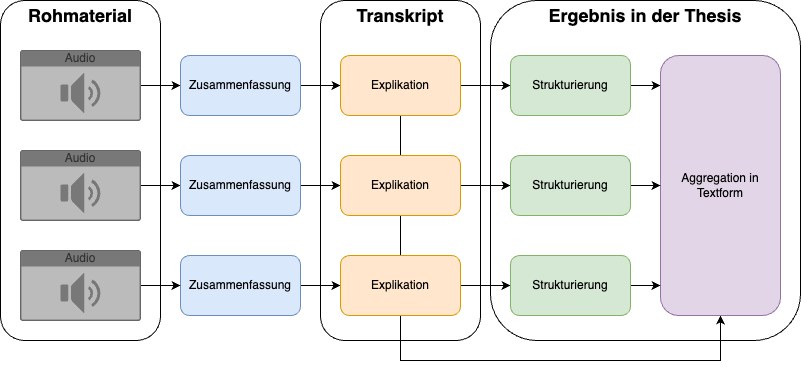
Before: graphics/Datenanalyse.drawio.png, a diagram exported from draw.io (axherrm/bachelorarbeit). Source tidied: cells renumbered, new cells last; positions are measured from the earlier drawing's top-left corner, leaving out a move shared by most shapes.
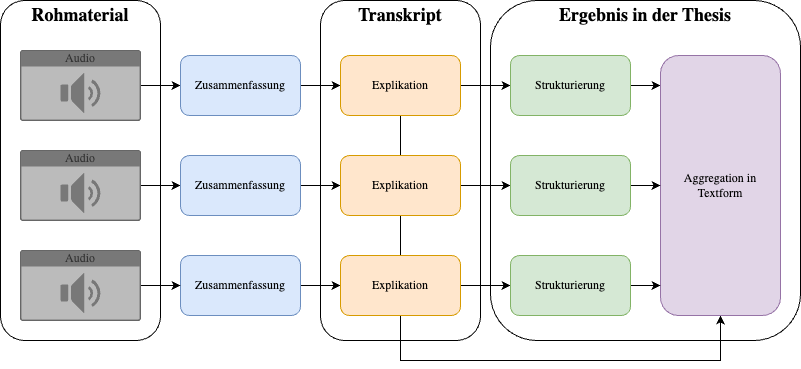
After the change.

Diff of the diagram source:
```diff
@@ -2,61 +2,61 @@
   <root>
     <mxCell id="0" />
     <mxCell id="1" parent="0" />
-    <mxCell id="2" style="rounded=1;whiteSpace=wrap;html=1;" parent="1" vertex="1">
+    <mxCell id="2" style="rounded=1;whiteSpace=wrap;html=1;fontFamily=TeX Gyre Termes;" parent="1" vertex="1">
       <mxGeometry x="320" width="160" height="340" as="geometry" />
     </mxCell>
-    <mxCell id="3" style="rounded=1;whiteSpace=wrap;html=1;" parent="1" vertex="1">
+    <mxCell id="3" style="rounded=1;whiteSpace=wrap;html=1;fontFamily=TeX Gyre Termes;" parent="1" vertex="1">
       <mxGeometry x="490" width="310" height="340" as="geometry" />
     </mxCell>
-    <mxCell id="4" style="rounded=1;whiteSpace=wrap;html=1;" parent="1" vertex="1">
+    <mxCell id="4" style="rounded=1;whiteSpace=wrap;html=1;fontFamily=TeX Gyre Termes;" parent="1" vertex="1">
       <mxGeometry width="160" height="340" as="geometry" />
     </mxCell>
-    <mxCell id="5" style="edgeStyle=orthogonalEdgeStyle;rounded=0;jettySize=auto;html=1;" parent="1" edge="1" source="6" target="8">
+    <mxCell id="5" style="edgeStyle=orthogonalEdgeStyle;rounded=0;jettySize=auto;html=1;fontFamily=TeX Gyre Termes;" parent="1" edge="1" source="6" target="8">
       <mxGeometry relative="1" as="geometry" />
     </mxCell>
-    <mxCell id="6" value="Audio" style="html=1;whiteSpace=wrap;labelPosition=center;verticalLabelPosition=middle;verticalAlign=top;align=center;fontSize=12;outlineConnect=0;spacingTop=-6;sketch=0;shape=mxgraph.sitemap.audio;fillColor=#787878;fontColor=#333333;strokeColor=#666666;" parent="1" vertex="1">
+    <mxCell id="6" value="Audio" style="html=1;whiteSpace=wrap;labelPosition=center;verticalLabelPosition=middle;verticalAlign=top;align=center;fontSize=12;outlineConnect=0;spacingTop=-6;sketch=0;shape=mxgraph.sitemap.audio;fillColor=#787878;fontColor=#333333;strokeColor=#666666;fontFamily=TeX Gyre Termes;" parent="1" vertex="1">
       <mxGeometry x="20" y="150" width="120" height="70" as="geometry" />
     </mxCell>
-    <mxCell id="7" style="edgeStyle=orthogonalEdgeStyle;rounded=0;jettySize=auto;html=1;" parent="1" edge="1" source="8" target="31">
+    <mxCell id="7" style="edgeStyle=orthogonalEdgeStyle;rounded=0;jettySize=auto;html=1;fontFamily=TeX Gyre Termes;" parent="1" edge="1" source="8" target="31">
       <mxGeometry relative="1" as="geometry" />
     </mxCell>
-    <mxCell id="8" value="Zusammenfassung" style="rounded=1;whiteSpace=wrap;html=1;fillColor=#dae8fc;strokeColor=#6c8ebf;" parent="1" vertex="1">
+    <mxCell id="8" value="Zusammenfassung" style="rounded=1;whiteSpace=wrap;html=1;fillColor=#dae8fc;strokeColor=#6c8ebf;fontFamily=TeX Gyre Termes;" parent="1" vertex="1">
       <mxGeometry x="180" y="155" width="120" height="60" as="geometry" />
     </mxCell>
-    <mxCell id="9" style="edgeStyle=orthogonalEdgeStyle;rounded=0;jettySize=auto;html=1;" parent="1" edge="1" source="10" target="32">
+    <mxCell id="9" style="edgeStyle=orthogonalEdgeStyle;rounded=0;jettySize=auto;html=1;fontFamily=TeX Gyre Termes;" parent="1" edge="1" source="10" target="32">
       <mxGeometry relative="1" as="geometry" />
     </mxCell>
-    <mxCell id="10" value="Zusammenfassung" style="rounded=1;whiteSpace=wrap;html=1;fillColor=#dae8fc;strokeColor=#6c8ebf;" parent="1" vertex="1">
+    <mxCell id="10" value="Zusammenfassung" style="rounded=1;whiteSpace=wrap;html=1;fillColor=#dae8fc;strokeColor=#6c8ebf;fontFamily=TeX Gyre Termes;" parent="1" vertex="1">
       <mxGeometry x="180" y="255" width="120" height="60" as="geometry" />
     </mxCell>
-    <mxCell id="11" style="edgeStyle=orthogonalEdgeStyle;rounded=0;jettySize=auto;html=1;" parent="1" edge="1" source="12" target="10">
+    <mxCell id="11" style="edgeStyle=orthogonalEdgeStyle;rounded=0;jettySize=auto;html=1;fontFamily=TeX Gyre Termes;" parent="1" edge="1" source="12" target="10">
       <mxGeometry relative="1" as="geometry" />
     </mxCell>
-    <mxCell id="12" value="Audio" style="html=1;whiteSpace=wrap;labelPosition=center;verticalLabelPosition=middle;verticalAlign=top;align=center;fontSize=12;outlineConnect=0;spacingTop=-6;sketch=0;shape=mxgraph.sitemap.audio;fillColor=#787878;fontColor=#333333;strokeColor=#666666;" parent="1" vertex="1">
+    <mxCell id="12" value="Audio" style="html=1;whiteSpace=wrap;labelPosition=center;verticalLabelPosition=middle;verticalAlign=top;align=center;fontSize=12;outlineConnect=0;spacingTop=-6;sketch=0;shape=mxgraph.sitemap.audio;fillColor=#787878;fontColor=#333333;strokeColor=#666666;fontFamily=TeX Gyre Termes;" parent="1" vertex="1">
       <mxGeometry x="20" y="250" width="120" height="70" as="geometry" />
     </mxCell>
-    <mxCell id="13" style="edgeStyle=orthogonalEdgeStyle;rounded=0;jettySize=auto;html=1;" parent="1" edge="1" source="14" target="16">
+    <mxCell id="13" style="edgeStyle=orthogonalEdgeStyle;rounded=0;jettySize=auto;html=1;fontFamily=TeX Gyre Termes;" parent="1" edge="1" source="14" target="16">
       <mxGeometry relative="1" as="geometry" />
     </mxCell>
-    <mxCell id="14" value="Audio" style="html=1;whiteSpace=wrap;labelPosition=center;verticalLabelPosition=middle;verticalAlign=top;align=center;fontSize=12;outlineConnect=0;spacingTop=-6;sketch=0;shape=mxgraph.sitemap.audio;fillColor=#787878;fontColor=#333333;strokeColor=#666666;" parent="1" vertex="1">
+    <mxCell id="14" value="Audio" style="html=1;whiteSpace=wrap;labelPosition=center;verticalLabelPosition=middle;verticalAlign=top;align=center;fontSize=12;outlineConnect=0;spacingTop=-6;sketch=0;shape=mxgraph.sitemap.audio;fillColor=#787878;fontColor=#333333;strokeColor=#666666;fontFamily=TeX Gyre Termes;" parent="1" vertex="1">
       <mxGeometry x="20" y="50" width="120" height="70" as="geometry" />
     </mxCell>
-    <mxCell id="15" style="edgeStyle=orthogonalEdgeStyle;rounded=0;jettySize=auto;html=1;" parent="1" edge="1" source="16" target="21">
+    <mxCell id="15" style="edgeStyle=orthogonalEdgeStyle;rounded=0;jettySize=auto;html=1;fontFamily=TeX Gyre Termes;" parent="1" edge="1" source="16" target="21">
       <mxGeometry relative="1" as="geometry" />
     </mxCell>
-    <mxCell id="16" value="Zusammenfassung" style="rounded=1;whiteSpace=wrap;html=1;fillColor=#dae8fc;strokeColor=#6c8ebf;" parent="1" vertex="1">
+    <mxCell id="16" value="Zusammenfassung" style="rounded=1;whiteSpace=wrap;html=1;fillColor=#dae8fc;strokeColor=#6c8ebf;fontFamily=TeX Gyre Termes;" parent="1" vertex="1">
       <mxGeometry x="180" y="55" width="120" height="60" as="geometry" />
     </mxCell>
-    <mxCell id="17" style="edgeStyle=orthogonalEdgeStyle;rounded=0;jettySize=auto;html=1;" parent="1" edge="1" source="32" target="30">
+    <mxCell id="17" style="edgeStyle=orthogonalEdgeStyle;rounded=0;jettySize=auto;html=1;fontFamily=TeX Gyre Termes;" parent="1" edge="1" source="32" target="30">
       <mxGeometry relative="1" as="geometry" />
     </mxCell>
-    <mxCell id="18" style="edgeStyle=orthogonalEdgeStyle;rounded=0;jettySize=auto;html=1;" parent="1" edge="1" source="31" target="28">
+    <mxCell id="18" style="edgeStyle=orthogonalEdgeStyle;rounded=0;jettySize=auto;html=1;fontFamily=TeX Gyre Termes;" parent="1" edge="1" source="31" target="28">
       <mxGeometry relative="1" as="geometry" />
     </mxCell>
-    <mxCell id="19" style="edgeStyle=orthogonalEdgeStyle;rounded=0;jettySize=auto;html=1;" parent="1" edge="1" source="21" target="23">
+    <mxCell id="19" style="edgeStyle=orthogonalEdgeStyle;rounded=0;jettySize=auto;html=1;fontFamily=TeX Gyre Termes;" parent="1" edge="1" source="21" target="23">
       <mxGeometry relative="1" as="geometry" />
     </mxCell>
-    <mxCell id="20" style="edgeStyle=orthogonalEdgeStyle;rounded=0;jettySize=auto;html=1;" parent="1" edge="1" source="21" target="24">
+    <mxCell id="20" style="edgeStyle=orthogonalEdgeStyle;rounded=0;jettySize=auto;html=1;fontFamily=TeX Gyre Termes;" parent="1" edge="1" source="21" target="24">
       <mxGeometry relative="1" as="geometry">
         <Array as="points">
           <mxPoint x="400" y="360" />
@@ -64,10 +64,10 @@
         </Array>
       </mxGeometry>
     </mxCell>
-    <mxCell id="21" value="Explikation" style="rounded=1;whiteSpace=wrap;html=1;fillColor=#ffe6cc;strokeColor=#d79b00;" parent="1" vertex="1">
+    <mxCell id="21" value="Explikation" style="rounded=1;whiteSpace=wrap;html=1;fillColor=#ffe6cc;strokeColor=#d79b00;fontFamily=TeX Gyre Termes;" parent="1" vertex="1">
       <mxGeometry x="340" y="55" width="120" height="60" as="geometry" />
     </mxCell>
-    <mxCell id="22" style="edgeStyle=orthogonalEdgeStyle;rounded=0;jettySize=auto;html=1;" parent="1" edge="1" source="23" target="24">
+    <mxCell id="22" style="edgeStyle=orthogonalEdgeStyle;rounded=0;jettySize=auto;html=1;fontFamily=TeX Gyre Termes;" parent="1" edge="1" source="23" target="24">
       <mxGeometry relative="1" as="geometry">
         <Array as="points">
           <mxPoint x="660" y="85" />
@@ -75,25 +75,25 @@
         </Array>
       </mxGeometry>
     </mxCell>
-    <mxCell id="23" value="Strukturierung" style="rounded=1;whiteSpace=wrap;html=1;fillColor=#d5e8d4;strokeColor=#82b366;" parent="1" vertex="1">
+    <mxCell id="23" value="Strukturierung" style="rounded=1;whiteSpace=wrap;html=1;fillColor=#d5e8d4;strokeColor=#82b366;fontFamily=TeX Gyre Termes;" parent="1" vertex="1">
       <mxGeometry x="510" y="55" width="120" height="60" as="geometry" />
     </mxCell>
-    <mxCell id="24" value="Aggregation in Textform" style="rounded=1;whiteSpace=wrap;html=1;fillColor=#e1d5e7;strokeColor=#9673a6;" parent="1" vertex="1">
+    <mxCell id="24" value="Aggregation in Textform" style="rounded=1;whiteSpace=wrap;html=1;fillColor=#e1d5e7;strokeColor=#9673a6;fontFamily=TeX Gyre Termes;" parent="1" vertex="1">
       <mxGeometry x="660" y="55" width="120" height="260" as="geometry" />
     </mxCell>
-    <mxCell id="25" value="Rohmaterial" style="text;html=1;align=center;verticalAlign=middle;whiteSpace=wrap;rounded=0;fontSize=18;fontStyle=1;" parent="1" vertex="1">
+    <mxCell id="25" value="Rohmaterial" style="text;html=1;align=center;verticalAlign=middle;whiteSpace=wrap;rounded=0;fontSize=18;fontStyle=1;fontFamily=TeX Gyre Termes;" parent="1" vertex="1">
       <mxGeometry x="30" width="100" height="30" as="geometry" />
     </mxCell>
-    <mxCell id="26" value="Ergebnis in der Thesis" style="text;html=1;align=center;verticalAlign=middle;whiteSpace=wrap;rounded=0;fontSize=18;fontStyle=1;" parent="1" vertex="1">
+    <mxCell id="26" value="Ergebnis in der Thesis" style="text;html=1;align=center;verticalAlign=middle;whiteSpace=wrap;rounded=0;fontSize=18;fontStyle=1;fontFamily=TeX Gyre Termes;" parent="1" vertex="1">
       <mxGeometry x="541.2" width="207.5" height="30" as="geometry" />
     </mxCell>
-    <mxCell id="27" style="edgeStyle=orthogonalEdgeStyle;rounded=0;jettySize=auto;html=1;" parent="1" edge="1" source="28" target="24">
+    <mxCell id="27" style="edgeStyle=orthogonalEdgeStyle;rounded=0;jettySize=auto;html=1;fontFamily=TeX Gyre Termes;" parent="1" edge="1" source="28" target="24">
       <mxGeometry relative="1" as="geometry" />
     </mxCell>
-    <mxCell id="28" value="Strukturierung" style="rounded=1;whiteSpace=wrap;html=1;fillColor=#d5e8d4;strokeColor=#82b366;" parent="1" vertex="1">
+    <mxCell id="28" value="Strukturierung" style="rounded=1;whiteSpace=wrap;html=1;fillColor=#d5e8d4;strokeColor=#82b366;fontFamily=TeX Gyre Termes;" parent="1" vertex="1">
       <mxGeometry x="510" y="155" width="120" height="60" as="geometry" />
     </mxCell>
-    <mxCell id="29" style="edgeStyle=orthogonalEdgeStyle;rounded=0;jettySize=auto;html=1;" parent="1" edge="1" source="30" target="24">
+    <mxCell id="29" style="edgeStyle=orthogonalEdgeStyle;rounded=0;jettySize=auto;html=1;fontFamily=TeX Gyre Termes;" parent="1" edge="1" source="30" target="24">
       <mxGeometry relative="1" as="geometry">
         <Array as="points">
           <mxPoint x="660" y="285" />
@@ -101,16 +101,16 @@
         </Array>
       </mxGeometry>
     </mxCell>
-    <mxCell id="30" value="Strukturierung" style="rounded=1;whiteSpace=wrap;html=1;fillColor=#d5e8d4;strokeColor=#82b366;" parent="1" vertex="1">
+    <mxCell id="30" value="Strukturierung" style="rounded=1;whiteSpace=wrap;html=1;fillColor=#d5e8d4;strokeColor=#82b366;fontFamily=TeX Gyre Termes;" parent="1" vertex="1">
       <mxGeometry x="510" y="255" width="120" height="60" as="geometry" />
     </mxCell>
-    <mxCell id="31" value="Explikation" style="rounded=1;whiteSpace=wrap;html=1;fillColor=#ffe6cc;strokeColor=#d79b00;" parent="1" vertex="1">
+    <mxCell id="31" value="Explikation" style="rounded=1;whiteSpace=wrap;html=1;fillColor=#ffe6cc;strokeColor=#d79b00;fontFamily=TeX Gyre Termes;" parent="1" vertex="1">
       <mxGeometry x="340" y="155" width="120" height="60" as="geometry" />
     </mxCell>
-    <mxCell id="32" value="Explikation" style="rounded=1;whiteSpace=wrap;html=1;fillColor=#ffe6cc;strokeColor=#d79b00;" parent="1" vertex="1">
+    <mxCell id="32" value="Explikation" style="rounded=1;whiteSpace=wrap;html=1;fillColor=#ffe6cc;strokeColor=#d79b00;fontFamily=TeX Gyre Termes;" parent="1" vertex="1">
       <mxGeometry x="340" y="255" width="120" height="60" as="geometry" />
     </mxCell>
-    <mxCell id="33" value="Transkript" style="text;html=1;align=center;verticalAlign=middle;whiteSpace=wrap;rounded=0;fontSize=18;fontStyle=1;" parent="1" vertex="1">
+    <mxCell id="33" value="Transkript" style="text;html=1;align=center;verticalAlign=middle;whiteSpace=wrap;rounded=0;fontSize=18;fontStyle=1;fontFamily=TeX Gyre Termes;" parent="1" vertex="1">
       <mxGeometry x="350" width="100" height="30" as="geometry" />
     </mxCell>
   </root>
```
